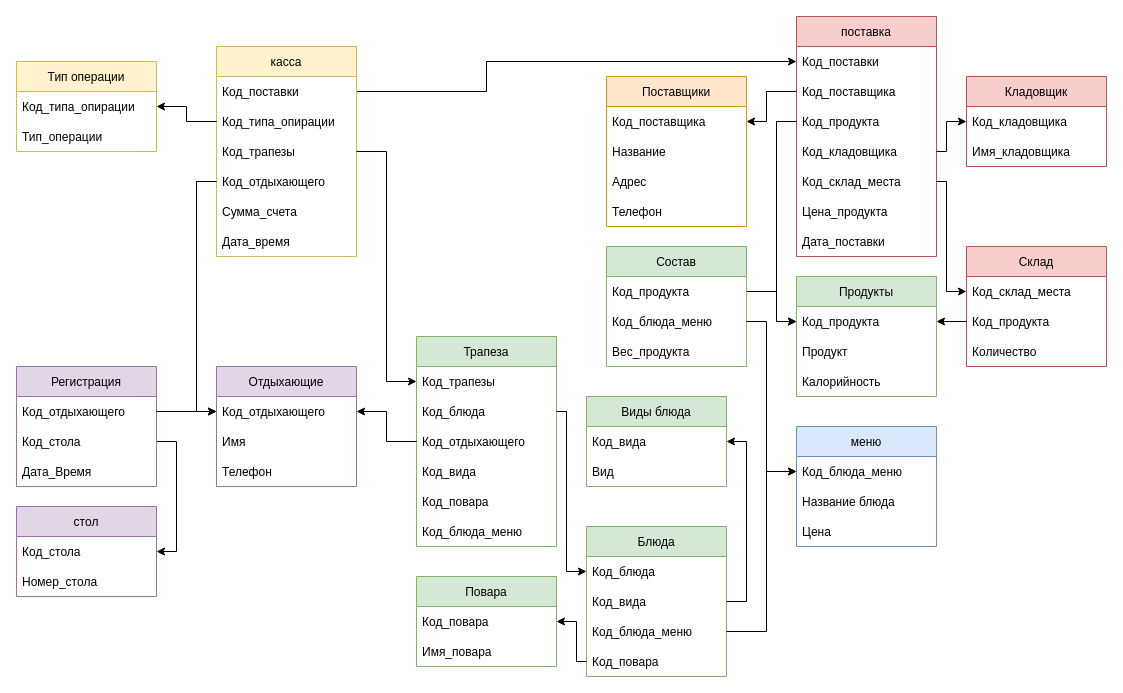
Earlier version of the draw.io diagram page "desk ok" (4 of 5) of Untitled Diagram.drawio (lari5685/transfer). Source tidied: cells renumbered, new cells numbered last; positions are measured from the earlier drawing's top-left corner, leaving out a move shared by most shapes. Both pictures are drawn from the tidied source at 100%, with x=0, y=0 at pixel (16, 16).
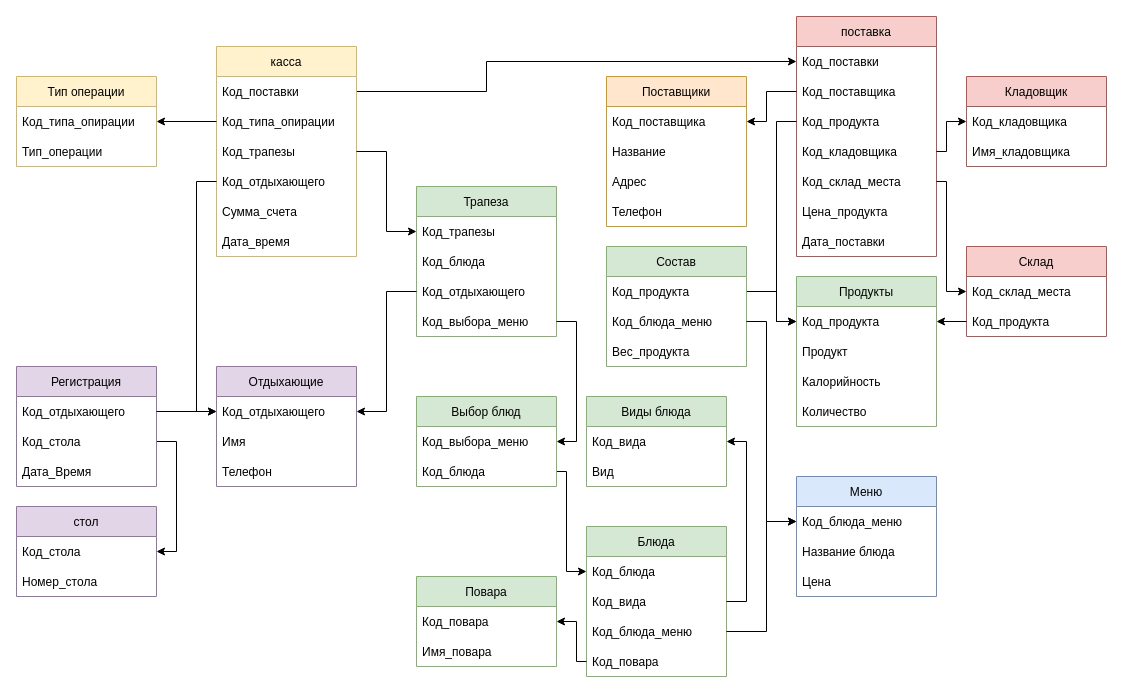
The same diagram, later.

Unchanged cells that the change refers to:
```xml
<mxCell id="16" value="Код_блюда" style="text;strokeColor=none;fillColor=none;align=left;verticalAlign=middle;spacingLeft=4;spacingRight=4;overflow=hidden;points=[[0,0.5],[1,0.5]];portConstraint=eastwest;sketch=0;swimlaneLine=1;shadow=0;" parent="15" vertex="1">
  <mxGeometry y="30" width="140" height="30" as="geometry" />
</mxCell>
<mxCell id="18" value="Код_блюда_меню" style="text;strokeColor=none;fillColor=none;align=left;verticalAlign=middle;spacingLeft=4;spacingRight=4;overflow=hidden;points=[[0,0.5],[1,0.5]];portConstraint=eastwest;" parent="15" vertex="1">
  <mxGeometry y="90" width="140" height="30" as="geometry" />
</mxCell>
<mxCell id="29" value="Код_блюда" style="text;strokeColor=none;fillColor=none;align=left;verticalAlign=middle;spacingLeft=4;spacingRight=4;overflow=hidden;points=[[0,0.5],[1,0.5]];portConstraint=eastwest;sketch=0;swimlaneLine=1;shadow=0;" parent="27" vertex="1">
  <mxGeometry y="60" width="140" height="30" as="geometry" />
</mxCell>
<mxCell id="37" value="Код_блюда_меню" style="text;strokeColor=none;fillColor=none;align=left;verticalAlign=middle;spacingLeft=4;spacingRight=4;overflow=hidden;points=[[0,0.5],[1,0.5]];portConstraint=eastwest;sketch=0;swimlaneLine=1;shadow=0;" parent="35" vertex="1">
  <mxGeometry y="60" width="140" height="30" as="geometry" />
</mxCell>
<mxCell id="61" value="Код_блюда_меню" style="text;strokeColor=none;fillColor=none;align=left;verticalAlign=middle;spacingLeft=4;spacingRight=4;overflow=hidden;points=[[0,0.5],[1,0.5]];portConstraint=eastwest;" parent="60" vertex="1">
  <mxGeometry y="30" width="140" height="30" as="geometry" />
</mxCell>
```

Change to the diagram source:
```diff
@@
     <mxCell id="2" value="Склад" style="swimlane;fontStyle=0;horizontal=1;startSize=30;fillColor=#f8cecc;strokeColor=#b85450;sketch=0;swimlaneLine=1;shadow=0;" parent="1" vertex="1">
-      <mxGeometry x="950" y="230" width="140" height="120" as="geometry" />
+      <mxGeometry x="950" y="230" width="140" height="90" as="geometry" />
     </mxCell>
@@
-    <mxCell id="5" value="Количество" style="text;strokeColor=none;fillColor=none;align=left;verticalAlign=middle;spacingLeft=4;spacingRight=4;overflow=hidden;sketch=0;swimlaneLine=1;shadow=0;" parent="2" vertex="1">
-      <mxGeometry y="90" width="140" height="30" as="geometry" />
-    </mxCell>
@@
     <mxCell id="11" value="Продукты" style="swimlane;fontStyle=0;horizontal=1;startSize=30;fillColor=#d5e8d4;strokeColor=#82b366;sketch=0;swimlaneLine=1;shadow=0;" parent="1" vertex="1">
-      <mxGeometry x="780" y="260" width="140" height="120" as="geometry" />
+      <mxGeometry x="780" y="260" width="140" height="150" as="geometry" />
     </mxCell>
@@
+    <mxCell id="5" value="Количество" style="text;strokeColor=none;fillColor=none;align=left;verticalAlign=middle;spacingLeft=4;spacingRight=4;overflow=hidden;sketch=0;swimlaneLine=1;shadow=0;" parent="11" vertex="1">
+      <mxGeometry y="120" width="140" height="30" as="geometry" />
+    </mxCell>
@@
     <mxCell id="27" value="Трапеза" style="swimlane;fontStyle=0;horizontal=1;startSize=30;fillColor=#d5e8d4;strokeColor=#82b366;sketch=0;swimlaneLine=1;shadow=0;" parent="1" vertex="1">
-      <mxGeometry x="400" y="320" width="140" height="210" as="geometry" />
+      <mxGeometry x="400" y="170" width="140" height="150" as="geometry" />
     </mxCell>
@@
-    <mxCell id="31" value="Код_вида" style="text;strokeColor=none;fillColor=none;align=left;verticalAlign=middle;spacingLeft=4;spacingRight=4;overflow=hidden;sketch=0;swimlaneLine=1;shadow=0;" parent="27" vertex="1">
-      <mxGeometry y="120" width="140" height="30" as="geometry" />
-    </mxCell>
-    <mxCell id="32" value="Код_повара" style="text;strokeColor=none;fillColor=none;align=left;verticalAlign=middle;spacingLeft=4;spacingRight=4;overflow=hidden;sketch=0;swimlaneLine=1;shadow=0;" parent="27" vertex="1">
-      <mxGeometry y="150" width="140" height="30" as="geometry" />
-    </mxCell>
-    <mxCell id="33" value="Код_блюда_меню" style="text;strokeColor=none;fillColor=none;align=left;verticalAlign=middle;spacingLeft=4;spacingRight=4;overflow=hidden;points=[[0,0.5],[1,0.5]];portConstraint=eastwest;" parent="27" vertex="1">
-      <mxGeometry y="180" width="140" height="30" as="geometry" />
+    <mxCell id="33" value="Код_выбора_меню" style="text;strokeColor=none;fillColor=none;align=left;verticalAlign=middle;spacingLeft=4;spacingRight=4;overflow=hidden;points=[[0,0.5],[1,0.5]];portConstraint=eastwest;" parent="27" vertex="1">
+      <mxGeometry y="120" width="140" height="30" as="geometry" />
     </mxCell>
@@
-    <mxCell id="60" value="меню" style="swimlane;fontStyle=0;horizontal=1;startSize=30;fillColor=#dae8fc;strokeColor=#6c8ebf;" parent="1" vertex="1">
-      <mxGeometry x="780" y="410" width="140" height="120" as="geometry" />
+    <mxCell id="60" value="Меню" style="swimlane;fontStyle=0;horizontal=1;startSize=30;fillColor=#dae8fc;strokeColor=#6c8ebf;" parent="1" vertex="1">
+      <mxGeometry x="780" y="460" width="140" height="120" as="geometry" />
     </mxCell>
@@
     <mxCell id="82" value="Тип операции" style="swimlane;fontStyle=0;horizontal=1;startSize=30;labelBackgroundColor=none;fillColor=#fff2cc;strokeColor=#d6b656;" parent="1" vertex="1">
-      <mxGeometry y="45" width="140" height="90" as="geometry" />
+      <mxGeometry y="60" width="140" height="90" as="geometry" />
     </mxCell>
@@
-    <mxCell id="86" style="edgeStyle=orthogonalEdgeStyle;rounded=0;jettySize=auto;html=1;exitX=1;exitY=0.5;exitDx=0;exitDy=0;entryX=0;entryY=0.5;entryDx=0;entryDy=0;" parent="1" edge="1" source="29" target="16">
+    <mxCell id="86" style="edgeStyle=orthogonalEdgeStyle;rounded=0;jettySize=auto;html=1;exitX=1;exitY=0.5;exitDx=0;exitDy=0;entryX=0;entryY=0.5;entryDx=0;entryDy=0;" parent="1" edge="1" source="93" target="16">
       <mxGeometry relative="1" as="geometry">
         <Array as="points">
-          <mxPoint x="550" y="395" />
+          <mxPoint x="550" y="455" />
           <mxPoint x="550" y="555" />
         </Array>
       </mxGeometry>
     </mxCell>
@@
     <mxCell id="89" style="edgeStyle=orthogonalEdgeStyle;rounded=0;jettySize=auto;html=1;exitX=1;exitY=0.5;exitDx=0;exitDy=0;entryX=0;entryY=0.5;entryDx=0;entryDy=0;" parent="1" edge="1" source="18" target="61">
       <mxGeometry relative="1" as="geometry">
         <Array as="points">
           <mxPoint x="750" y="615" />
-          <mxPoint x="750" y="455" />
+          <mxPoint x="750" y="505" />
         </Array>
       </mxGeometry>
     </mxCell>
     <mxCell id="90" style="edgeStyle=orthogonalEdgeStyle;rounded=0;jettySize=auto;html=1;exitX=1;exitY=0.5;exitDx=0;exitDy=0;entryX=0;entryY=0.5;entryDx=0;entryDy=0;" parent="1" edge="1" source="37" target="61">
       <mxGeometry relative="1" as="geometry">
         <Array as="points">
           <mxPoint x="750" y="305" />
-          <mxPoint x="750" y="455" />
+          <mxPoint x="750" y="505" />
         </Array>
       </mxGeometry>
     </mxCell>
+    <mxCell id="91" value="Выбор блюд" style="swimlane;fontStyle=0;horizontal=1;startSize=30;fillColor=#d5e8d4;strokeColor=#82b366;" parent="1" vertex="1">
+      <mxGeometry x="400" y="380" width="140" height="90" as="geometry" />
+    </mxCell>
+    <mxCell id="92" value="Код_выбора_меню" style="text;strokeColor=none;fillColor=none;align=left;verticalAlign=middle;spacingLeft=4;spacingRight=4;overflow=hidden;points=[[0,0.5],[1,0.5]];portConstraint=eastwest;" parent="91" vertex="1">
+      <mxGeometry y="30" width="140" height="30" as="geometry" />
+    </mxCell>
+    <mxCell id="93" value="Код_блюда" style="text;strokeColor=none;fillColor=none;align=left;verticalAlign=middle;spacingLeft=4;spacingRight=4;overflow=hidden;points=[[0,0.5],[1,0.5]];portConstraint=eastwest;" parent="91" vertex="1">
+      <mxGeometry y="60" width="140" height="30" as="geometry" />
+    </mxCell>
+    <mxCell id="94" style="edgeStyle=orthogonalEdgeStyle;rounded=0;jettySize=auto;html=1;exitX=1;exitY=0.5;exitDx=0;exitDy=0;entryX=1;entryY=0.5;entryDx=0;entryDy=0;" parent="1" edge="1" source="33" target="92">
+      <mxGeometry relative="1" as="geometry" />
+    </mxCell>
```
